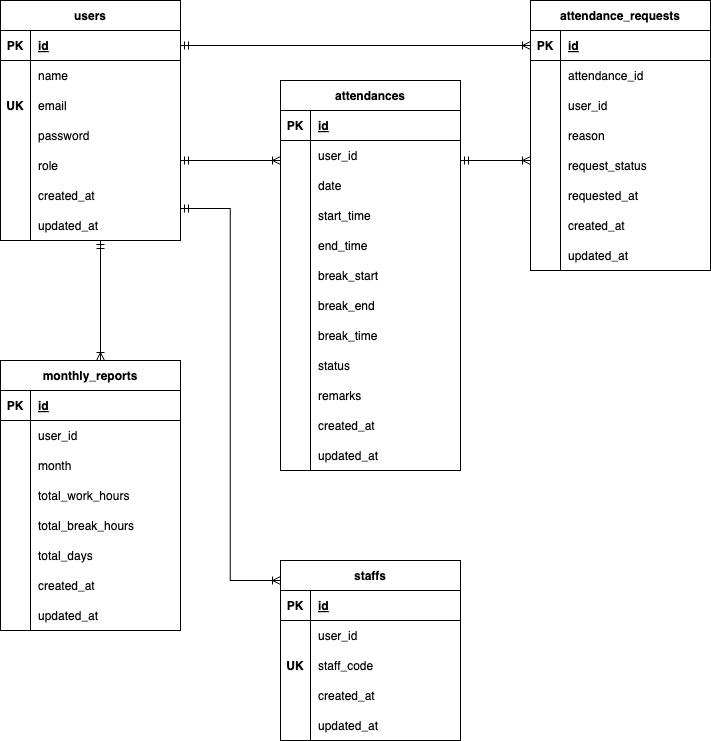
This is .drawio.png from ichiki925/attendance-app, a draw.io export, as it was before one commit. Source tidied: cells renumbered, new cells last; positions are measured from the earlier drawing's top-left corner, leaving out a move shared by most shapes.
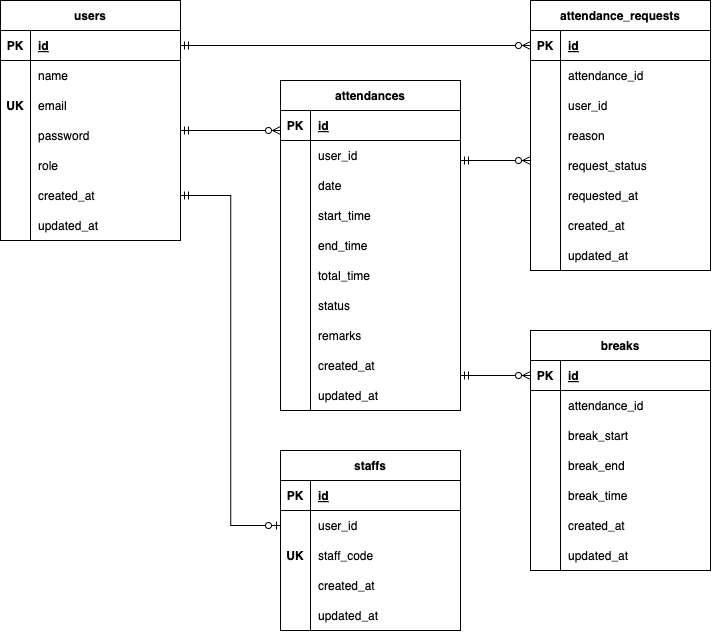
The same diagram one commit later.

Change to the diagram source:
```diff
@@ -69,7 +69,7 @@
       <mxGeometry x="30" width="150" height="30" as="geometry" />
     </mxCell>
     <mxCell id="24" value="attendances" style="shape=table;startSize=30;rowLines=0;fontStyle=1;align=center;" parent="1" vertex="1">
-      <mxGeometry x="280" y="80" width="180" height="390" as="geometry" />
+      <mxGeometry x="280" y="80" width="180" height="330" as="geometry" />
     </mxCell>
     <mxCell id="25" style="shape=tableRow;horizontal=0;startSize=0;swimlaneHead=0;swimlaneBody=0;fillColor=none;top=0;left=0;right=0;bottom=1;" parent="24" vertex="1">
       <mxGeometry y="30" width="180" height="30" as="geometry" />
@@ -116,35 +116,17 @@
     <mxCell id="39" value="end_time" style="shape=partialRectangle;fillColor=none;top=0;left=0;bottom=0;right=0;align=left;spacingLeft=6;overflow=hidden;" parent="37" vertex="1">
       <mxGeometry x="30" width="150" height="30" as="geometry" />
     </mxCell>
-    <mxCell id="40" style="shape=tableRow;horizontal=0;startSize=0;swimlaneHead=0;swimlaneBody=0;fillColor=none;top=0;left=0;right=0;bottom=0;" parent="24" vertex="1">
-      <mxGeometry y="180" width="180" height="30" as="geometry" />
-    </mxCell>
-    <mxCell id="41" style="shape=partialRectangle;fillColor=none;top=0;left=0;bottom=0;right=0;overflow=hidden;" parent="40" vertex="1">
-      <mxGeometry width="30" height="30" as="geometry" />
-    </mxCell>
-    <mxCell id="42" value="break_start" style="shape=partialRectangle;fillColor=none;top=0;left=0;bottom=0;right=0;align=left;spacingLeft=6;overflow=hidden;" parent="40" vertex="1">
-      <mxGeometry x="30" width="150" height="30" as="geometry" />
-    </mxCell>
-    <mxCell id="43" style="shape=tableRow;horizontal=0;startSize=0;swimlaneHead=0;swimlaneBody=0;fillColor=none;top=0;left=0;right=0;bottom=0;" parent="24" vertex="1">
-      <mxGeometry y="210" width="180" height="30" as="geometry" />
-    </mxCell>
-    <mxCell id="44" style="shape=partialRectangle;fillColor=none;top=0;left=0;bottom=0;right=0;overflow=hidden;" parent="43" vertex="1">
-      <mxGeometry width="30" height="30" as="geometry" />
-    </mxCell>
-    <mxCell id="45" value="break_end" style="shape=partialRectangle;fillColor=none;top=0;left=0;bottom=0;right=0;align=left;spacingLeft=6;overflow=hidden;" parent="43" vertex="1">
-      <mxGeometry x="30" width="150" height="30" as="geometry" />
-    </mxCell>
-    <mxCell id="46" style="shape=tableRow;horizontal=0;startSize=0;swimlaneHead=0;swimlaneBody=0;fillColor=none;top=0;left=0;right=0;bottom=0;" parent="24" vertex="1">
-      <mxGeometry y="240" width="180" height="30" as="geometry" />
-    </mxCell>
-    <mxCell id="47" style="shape=partialRectangle;fillColor=none;top=0;left=0;bottom=0;right=0;overflow=hidden;" parent="46" vertex="1">
-      <mxGeometry width="30" height="30" as="geometry" />
-    </mxCell>
-    <mxCell id="48" value="break_time" style="shape=partialRectangle;fillColor=none;top=0;left=0;bottom=0;right=0;align=left;spacingLeft=6;overflow=hidden;" parent="46" vertex="1">
-      <mxGeometry x="30" width="150" height="30" as="geometry" />
-    </mxCell>
+    <mxCell id="132" style="shape=tableRow;horizontal=0;startSize=0;swimlaneHead=0;swimlaneBody=0;fillColor=none;top=0;left=0;right=0;bottom=0;" parent="24" vertex="1">
+      <mxGeometry y="180" width="180" height="30" as="geometry" />
+    </mxCell>
+    <mxCell id="133" style="shape=partialRectangle;fillColor=none;top=0;left=0;bottom=0;right=0;overflow=hidden;" parent="132" vertex="1">
+      <mxGeometry width="30" height="30" as="geometry" />
+    </mxCell>
+    <mxCell id="134" value="total_time" style="shape=partialRectangle;fillColor=none;top=0;left=0;bottom=0;right=0;align=left;spacingLeft=6;overflow=hidden;" parent="132" vertex="1">
+      <mxGeometry x="30" width="150" height="30" as="geometry" />
+    </mxCell>
     <mxCell id="49" style="shape=tableRow;horizontal=0;startSize=0;swimlaneHead=0;swimlaneBody=0;fillColor=none;top=0;left=0;right=0;bottom=0;" parent="24" vertex="1">
-      <mxGeometry y="270" width="180" height="30" as="geometry" />
+      <mxGeometry y="210" width="180" height="30" as="geometry" />
     </mxCell>
     <mxCell id="50" style="shape=partialRectangle;fillColor=none;top=0;left=0;bottom=0;right=0;overflow=hidden;" parent="49" vertex="1">
       <mxGeometry width="30" height="30" as="geometry" />
@@ -153,7 +135,7 @@
       <mxGeometry x="30" width="150" height="30" as="geometry" />
     </mxCell>
     <mxCell id="52" style="shape=tableRow;horizontal=0;startSize=0;swimlaneHead=0;swimlaneBody=0;fillColor=none;top=0;left=0;right=0;bottom=0;" parent="24" vertex="1">
-      <mxGeometry y="300" width="180" height="30" as="geometry" />
+      <mxGeometry y="240" width="180" height="30" as="geometry" />
     </mxCell>
     <mxCell id="53" style="shape=partialRectangle;fillColor=none;top=0;left=0;bottom=0;right=0;overflow=hidden;" parent="52" vertex="1">
       <mxGeometry width="30" height="30" as="geometry" />
@@ -162,7 +144,7 @@
       <mxGeometry x="30" width="150" height="30" as="geometry" />
     </mxCell>
     <mxCell id="55" style="shape=tableRow;horizontal=0;startSize=0;swimlaneHead=0;swimlaneBody=0;fillColor=none;top=0;left=0;right=0;bottom=0;" parent="24" vertex="1">
-      <mxGeometry y="330" width="180" height="30" as="geometry" />
+      <mxGeometry y="270" width="180" height="30" as="geometry" />
     </mxCell>
     <mxCell id="56" style="shape=partialRectangle;fillColor=none;top=0;left=0;bottom=0;right=0;overflow=hidden;" parent="55" vertex="1">
       <mxGeometry width="30" height="30" as="geometry" />
@@ -171,7 +153,7 @@
       <mxGeometry x="30" width="150" height="30" as="geometry" />
     </mxCell>
     <mxCell id="58" style="shape=tableRow;horizontal=0;startSize=0;swimlaneHead=0;swimlaneBody=0;fillColor=none;top=0;left=0;right=0;bottom=0;" parent="24" vertex="1">
-      <mxGeometry y="360" width="180" height="30" as="geometry" />
+      <mxGeometry y="300" width="180" height="30" as="geometry" />
     </mxCell>
     <mxCell id="59" style="shape=partialRectangle;fillColor=none;top=0;left=0;bottom=0;right=0;overflow=hidden;" parent="58" vertex="1">
       <mxGeometry width="30" height="30" as="geometry" />
@@ -255,7 +237,7 @@
       <mxGeometry x="30" width="150" height="30" as="geometry" />
     </mxCell>
     <mxCell id="86" value="staffs" style="shape=table;startSize=30;rowLines=0;fontStyle=1;align=center;" parent="1" vertex="1">
-      <mxGeometry x="280" y="560" width="180" height="180" as="geometry" />
+      <mxGeometry x="280" y="450" width="180" height="180" as="geometry" />
     </mxCell>
     <mxCell id="87" style="shape=tableRow;horizontal=0;startSize=0;swimlaneHead=0;swimlaneBody=0;fillColor=none;top=0;left=0;right=0;bottom=1;" parent="86" vertex="1">
       <mxGeometry y="30" width="180" height="30" as="geometry" />
@@ -302,10 +284,10 @@
     <mxCell id="101" value="updated_at" style="shape=partialRectangle;fillColor=none;top=0;left=0;bottom=0;right=0;align=left;spacingLeft=6;overflow=hidden;" parent="99" vertex="1">
       <mxGeometry x="30" width="150" height="30" as="geometry" />
     </mxCell>
-    <mxCell id="102" value="monthly_reports" style="shape=table;startSize=30;rowLines=0;fontStyle=1;align=center;" parent="1" vertex="1">
-      <mxGeometry y="360" width="180" height="270" as="geometry" />
-    </mxCell>
+    <mxCell id="135" value="breaks" style="shape=table;startSize=30;rowLines=0;fontStyle=1;align=center;" parent="1" vertex="1">
+      <mxGeometry x="530" y="330" width="180" height="240" as="geometry" />
+    </mxCell>
-    <mxCell id="103" style="shape=tableRow;horizontal=0;startSize=0;swimlaneHead=0;swimlaneBody=0;fillColor=none;top=0;left=0;right=0;bottom=1;" parent="102" vertex="1">
+    <mxCell id="103" style="shape=tableRow;horizontal=0;startSize=0;swimlaneHead=0;swimlaneBody=0;fillColor=none;top=0;left=0;right=0;bottom=1;" parent="135" vertex="1">
       <mxGeometry y="30" width="180" height="30" as="geometry" />
     </mxCell>
     <mxCell id="104" value="PK" style="shape=partialRectangle;fillColor=none;top=0;left=0;bottom=0;right=0;fontStyle=1;overflow=hidden;" parent="103" vertex="1">
@@ -314,98 +296,89 @@
     <mxCell id="105" value="id" style="shape=partialRectangle;fillColor=none;top=0;left=0;bottom=0;right=0;align=left;spacingLeft=6;fontStyle=5;overflow=hidden;" parent="103" vertex="1">
       <mxGeometry x="30" width="150" height="30" as="geometry" />
     </mxCell>
-    <mxCell id="106" style="shape=tableRow;horizontal=0;startSize=0;swimlaneHead=0;swimlaneBody=0;fillColor=none;top=0;left=0;right=0;bottom=0;" parent="102" vertex="1">
+    <mxCell id="106" style="shape=tableRow;horizontal=0;startSize=0;swimlaneHead=0;swimlaneBody=0;fillColor=none;top=0;left=0;right=0;bottom=0;" parent="135" vertex="1">
       <mxGeometry y="60" width="180" height="30" as="geometry" />
     </mxCell>
-    <mxCell id="107" style="shape=partialRectangle;fillColor=none;top=0;left=0;bottom=0;right=0;overflow=hidden;" parent="106" vertex="1">
-      <mxGeometry width="30" height="30" as="geometry" />
-    </mxCell>
-    <mxCell id="108" value="user_id" style="shape=partialRectangle;fillColor=none;top=0;left=0;bottom=0;right=0;align=left;spacingLeft=6;overflow=hidden;" parent="106" vertex="1">
-      <mxGeometry x="30" width="150" height="30" as="geometry" />
-    </mxCell>
+    <mxCell id="136" style="shape=partialRectangle;fillColor=none;top=0;left=0;bottom=0;right=0;overflow=hidden;" parent="106" vertex="1">
+      <mxGeometry width="30" height="30" as="geometry" />
+    </mxCell>
+    <mxCell id="137" value="attendance_id" style="shape=partialRectangle;fillColor=none;top=0;left=0;bottom=0;right=0;align=left;spacingLeft=6;overflow=hidden;" parent="106" vertex="1">
+      <mxGeometry x="30" width="150" height="30" as="geometry" />
+    </mxCell>
-    <mxCell id="109" style="shape=tableRow;horizontal=0;startSize=0;swimlaneHead=0;swimlaneBody=0;fillColor=none;top=0;left=0;right=0;bottom=0;" parent="102" vertex="1">
+    <mxCell id="109" style="shape=tableRow;horizontal=0;startSize=0;swimlaneHead=0;swimlaneBody=0;fillColor=none;top=0;left=0;right=0;bottom=0;" parent="135" vertex="1">
       <mxGeometry y="90" width="180" height="30" as="geometry" />
     </mxCell>
-    <mxCell id="110" style="shape=partialRectangle;fillColor=none;top=0;left=0;bottom=0;right=0;overflow=hidden;" parent="109" vertex="1">
-      <mxGeometry width="30" height="30" as="geometry" />
-    </mxCell>
-    <mxCell id="111" value="month" style="shape=partialRectangle;fillColor=none;top=0;left=0;bottom=0;right=0;align=left;spacingLeft=6;overflow=hidden;" parent="109" vertex="1">
-      <mxGeometry x="30" width="150" height="30" as="geometry" />
-    </mxCell>
+    <mxCell id="138" style="shape=partialRectangle;fillColor=none;top=0;left=0;bottom=0;right=0;overflow=hidden;" parent="109" vertex="1">
+      <mxGeometry width="30" height="30" as="geometry" />
+    </mxCell>
+    <mxCell id="42" value="break_start" style="shape=partialRectangle;fillColor=none;top=0;left=0;bottom=0;right=0;align=left;spacingLeft=6;overflow=hidden;" parent="109" vertex="1">
+      <mxGeometry x="30" width="150" height="30" as="geometry" />
+    </mxCell>
-    <mxCell id="112" style="shape=tableRow;horizontal=0;startSize=0;swimlaneHead=0;swimlaneBody=0;fillColor=none;top=0;left=0;right=0;bottom=0;" parent="102" vertex="1">
+    <mxCell id="112" style="shape=tableRow;horizontal=0;startSize=0;swimlaneHead=0;swimlaneBody=0;fillColor=none;top=0;left=0;right=0;bottom=0;" parent="135" vertex="1">
       <mxGeometry y="120" width="180" height="30" as="geometry" />
     </mxCell>
-    <mxCell id="113" style="shape=partialRectangle;fillColor=none;top=0;left=0;bottom=0;right=0;overflow=hidden;" parent="112" vertex="1">
-      <mxGeometry width="30" height="30" as="geometry" />
-    </mxCell>
-    <mxCell id="114" value="total_work_hours" style="shape=partialRectangle;fillColor=none;top=0;left=0;bottom=0;right=0;align=left;spacingLeft=6;overflow=hidden;" parent="112" vertex="1">
-      <mxGeometry x="30" width="150" height="30" as="geometry" />
-    </mxCell>
+    <mxCell id="139" style="shape=partialRectangle;fillColor=none;top=0;left=0;bottom=0;right=0;overflow=hidden;" parent="112" vertex="1">
+      <mxGeometry width="30" height="30" as="geometry" />
+    </mxCell>
+    <mxCell id="45" value="break_end" style="shape=partialRectangle;fillColor=none;top=0;left=0;bottom=0;right=0;align=left;spacingLeft=6;overflow=hidden;" parent="112" vertex="1">
+      <mxGeometry x="30" width="150" height="30" as="geometry" />
+    </mxCell>
-    <mxCell id="115" style="shape=tableRow;horizontal=0;startSize=0;swimlaneHead=0;swimlaneBody=0;fillColor=none;top=0;left=0;right=0;bottom=0;" parent="102" vertex="1">
+    <mxCell id="115" style="shape=tableRow;horizontal=0;startSize=0;swimlaneHead=0;swimlaneBody=0;fillColor=none;top=0;left=0;right=0;bottom=0;" parent="135" vertex="1">
       <mxGeometry y="150" width="180" height="30" as="geometry" />
     </mxCell>
-    <mxCell id="116" style="shape=partialRectangle;fillColor=none;top=0;left=0;bottom=0;right=0;overflow=hidden;" parent="115" vertex="1">
-      <mxGeometry width="30" height="30" as="geometry" />
-    </mxCell>
-    <mxCell id="117" value="total_break_hours" style="shape=partialRectangle;fillColor=none;top=0;left=0;bottom=0;right=0;align=left;spacingLeft=6;overflow=hidden;" parent="115" vertex="1">
-      <mxGeometry x="30" width="150" height="30" as="geometry" />
-    </mxCell>
-    <mxCell id="118" style="shape=tableRow;horizontal=0;startSize=0;swimlaneHead=0;swimlaneBody=0;fillColor=none;top=0;left=0;right=0;bottom=0;" parent="102" vertex="1">
-      <mxGeometry y="180" width="180" height="30" as="geometry" />
-    </mxCell>
-    <mxCell id="119" style="shape=partialRectangle;fillColor=none;top=0;left=0;bottom=0;right=0;overflow=hidden;" parent="118" vertex="1">
-      <mxGeometry width="30" height="30" as="geometry" />
-    </mxCell>
-    <mxCell id="120" value="total_days" style="shape=partialRectangle;fillColor=none;top=0;left=0;bottom=0;right=0;align=left;spacingLeft=6;overflow=hidden;" parent="118" vertex="1">
-      <mxGeometry x="30" width="150" height="30" as="geometry" />
-    </mxCell>
-    <mxCell id="121" style="shape=tableRow;horizontal=0;startSize=0;swimlaneHead=0;swimlaneBody=0;fillColor=none;top=0;left=0;right=0;bottom=0;" parent="102" vertex="1">
-      <mxGeometry y="210" width="180" height="30" as="geometry" />
-    </mxCell>
-    <mxCell id="122" style="shape=partialRectangle;fillColor=none;top=0;left=0;bottom=0;right=0;overflow=hidden;" parent="121" vertex="1">
-      <mxGeometry width="30" height="30" as="geometry" />
-    </mxCell>
+    <mxCell id="140" style="shape=partialRectangle;fillColor=none;top=0;left=0;bottom=0;right=0;overflow=hidden;" parent="115" vertex="1">
+      <mxGeometry width="30" height="30" as="geometry" />
+    </mxCell>
+    <mxCell id="48" value="break_time" style="shape=partialRectangle;fillColor=none;top=0;left=0;bottom=0;right=0;align=left;spacingLeft=6;overflow=hidden;" parent="115" vertex="1">
+      <mxGeometry x="30" width="150" height="30" as="geometry" />
+    </mxCell>
+    <mxCell id="141" style="shape=tableRow;horizontal=0;startSize=0;swimlaneHead=0;swimlaneBody=0;fillColor=none;top=0;left=0;right=0;bottom=0;" parent="135" vertex="1">
+      <mxGeometry y="180" width="180" height="30" as="geometry" />
+    </mxCell>
+    <mxCell id="142" style="shape=partialRectangle;fillColor=none;top=0;left=0;bottom=0;right=0;overflow=hidden;" parent="141" vertex="1">
+      <mxGeometry width="30" height="30" as="geometry" />
+    </mxCell>
-    <mxCell id="123" value="created_at" style="shape=partialRectangle;fillColor=none;top=0;left=0;bottom=0;right=0;align=left;spacingLeft=6;overflow=hidden;" parent="121" vertex="1">
+    <mxCell id="123" value="created_at" style="shape=partialRectangle;fillColor=none;top=0;left=0;bottom=0;right=0;align=left;spacingLeft=6;overflow=hidden;" parent="141" vertex="1">
       <mxGeometry x="30" width="150" height="30" as="geometry" />
     </mxCell>
-    <mxCell id="124" style="shape=tableRow;horizontal=0;startSize=0;swimlaneHead=0;swimlaneBody=0;fillColor=none;top=0;left=0;right=0;bottom=0;" parent="102" vertex="1">
-      <mxGeometry y="240" width="180" height="30" as="geometry" />
-    </mxCell>
-    <mxCell id="125" style="shape=partialRectangle;fillColor=none;top=0;left=0;bottom=0;right=0;overflow=hidden;" parent="124" vertex="1">
-      <mxGeometry width="30" height="30" as="geometry" />
-    </mxCell>
+    <mxCell id="143" style="shape=tableRow;horizontal=0;startSize=0;swimlaneHead=0;swimlaneBody=0;fillColor=none;top=0;left=0;right=0;bottom=0;" parent="135" vertex="1">
+      <mxGeometry y="210" width="180" height="30" as="geometry" />
+    </mxCell>
+    <mxCell id="144" style="shape=partialRectangle;fillColor=none;top=0;left=0;bottom=0;right=0;overflow=hidden;" parent="143" vertex="1">
+      <mxGeometry width="30" height="30" as="geometry" />
+    </mxCell>
-    <mxCell id="126" value="updated_at" style="shape=partialRectangle;fillColor=none;top=0;left=0;bottom=0;right=0;align=left;spacingLeft=6;overflow=hidden;" parent="124" vertex="1">
+    <mxCell id="126" value="updated_at" style="shape=partialRectangle;fillColor=none;top=0;left=0;bottom=0;right=0;align=left;spacingLeft=6;overflow=hidden;" parent="143" vertex="1">
       <mxGeometry x="30" width="150" height="30" as="geometry" />
     </mxCell>
-    <mxCell id="127" style="fontSize=12;html=1;endArrow=ERoneToMany;startArrow=ERmandOne;" parent="1" edge="1">
-      <mxGeometry relative="1" as="geometry">
-        <mxPoint x="180" y="45" as="sourcePoint" />
-        <mxPoint x="530" y="45" as="targetPoint" />
-      </mxGeometry>
-    </mxCell>
-    <mxCell id="128" style="fontSize=12;html=1;endArrow=ERoneToMany;startArrow=ERmandOne;" parent="1" edge="1">
-      <mxGeometry relative="1" as="geometry">
-        <mxPoint x="180" y="160" as="sourcePoint" />
-        <mxPoint x="280" y="160" as="targetPoint" />
-      </mxGeometry>
-    </mxCell>
-    <mxCell id="129" style="fontSize=12;html=1;endArrow=ERoneToMany;startArrow=ERmandOne;" parent="1" edge="1">
-      <mxGeometry relative="1" as="geometry">
-        <mxPoint x="460" y="160" as="sourcePoint" />
-        <mxPoint x="530" y="160" as="targetPoint" />
-      </mxGeometry>
-    </mxCell>
-    <mxCell id="130" style="edgeStyle=elbowEdgeStyle;fontSize=12;html=1;endArrow=ERoneToMany;startArrow=ERmandOne;rounded=0;" parent="1" edge="1">
-      <mxGeometry relative="1" as="geometry">
-        <mxPoint x="180" y="208" as="sourcePoint" />
-        <mxPoint x="280" y="580" as="targetPoint" />
-      </mxGeometry>
-    </mxCell>
-    <mxCell id="131" style="fontSize=12;html=1;endArrow=ERoneToMany;startArrow=ERmandOne;rounded=0;" parent="1" edge="1">
-      <mxGeometry relative="1" as="geometry">
-        <mxPoint x="100" y="240" as="sourcePoint" />
-        <mxPoint x="100" y="360" as="targetPoint" />
-      </mxGeometry>
-    </mxCell>
+    <mxCell id="145" style="edgeStyle=elbowEdgeStyle;fontSize=12;html=1;endArrow=ERzeroToOne;startArrow=ERmandOne;rounded=0;" parent="1" edge="1">
+      <mxGeometry relative="1" as="geometry">
+        <mxPoint x="180" y="195" as="sourcePoint" />
+        <mxPoint x="280" y="525" as="targetPoint" />
+      </mxGeometry>
+    </mxCell>
+    <mxCell id="146" style="fontSize=12;html=1;endArrow=ERzeroToMany;startArrow=ERmandOne;rounded=0;" parent="1" edge="1">
+      <mxGeometry relative="1" as="geometry">
+        <mxPoint x="180" y="130" as="sourcePoint" />
+        <mxPoint x="280" y="130" as="targetPoint" />
+      </mxGeometry>
+    </mxCell>
+    <mxCell id="147" style="fontSize=12;html=1;endArrow=ERzeroToMany;startArrow=ERmandOne;rounded=0;" parent="1" edge="1">
+      <mxGeometry relative="1" as="geometry">
+        <mxPoint x="180" y="45" as="sourcePoint" />
+        <mxPoint x="530" y="45" as="targetPoint" />
+      </mxGeometry>
+    </mxCell>
+    <mxCell id="148" style="fontSize=12;html=1;endArrow=ERzeroToMany;startArrow=ERmandOne;rounded=0;" parent="1" edge="1">
+      <mxGeometry relative="1" as="geometry">
+        <mxPoint x="460" y="160" as="sourcePoint" />
+        <mxPoint x="530" y="160" as="targetPoint" />
+      </mxGeometry>
+    </mxCell>
+    <mxCell id="149" style="fontSize=12;html=1;endArrow=ERzeroToMany;startArrow=ERmandOne;rounded=0;" parent="1" edge="1">
+      <mxGeometry relative="1" as="geometry">
+        <mxPoint x="460" y="375" as="sourcePoint" />
+        <mxPoint x="530" y="375" as="targetPoint" />
+      </mxGeometry>
+    </mxCell>
   </root>
 </mxGraphModel>
```
